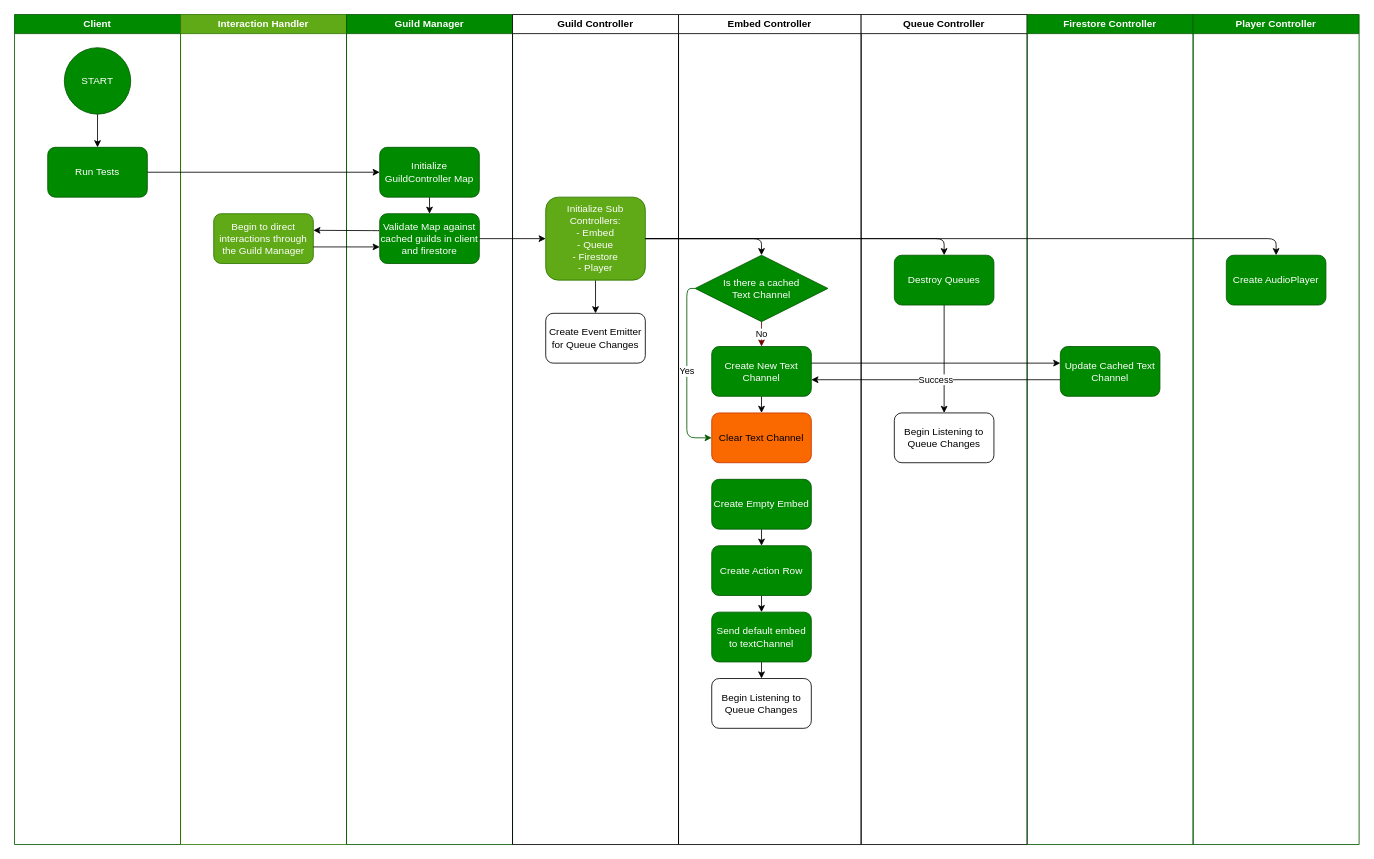
The draw.io diagram planning/draw.io/Initialization_Swimlane.drawio in LukeLeimbach/music-discord-bot, before the edit. Source tidied: cells renumbered, new cells numbered last; positions are measured from the earlier drawing's top-left corner, leaving out a move shared by most shapes. Both pictures are drawn from the tidied source at 83%, with x=0, y=0 at pixel (14, 14).
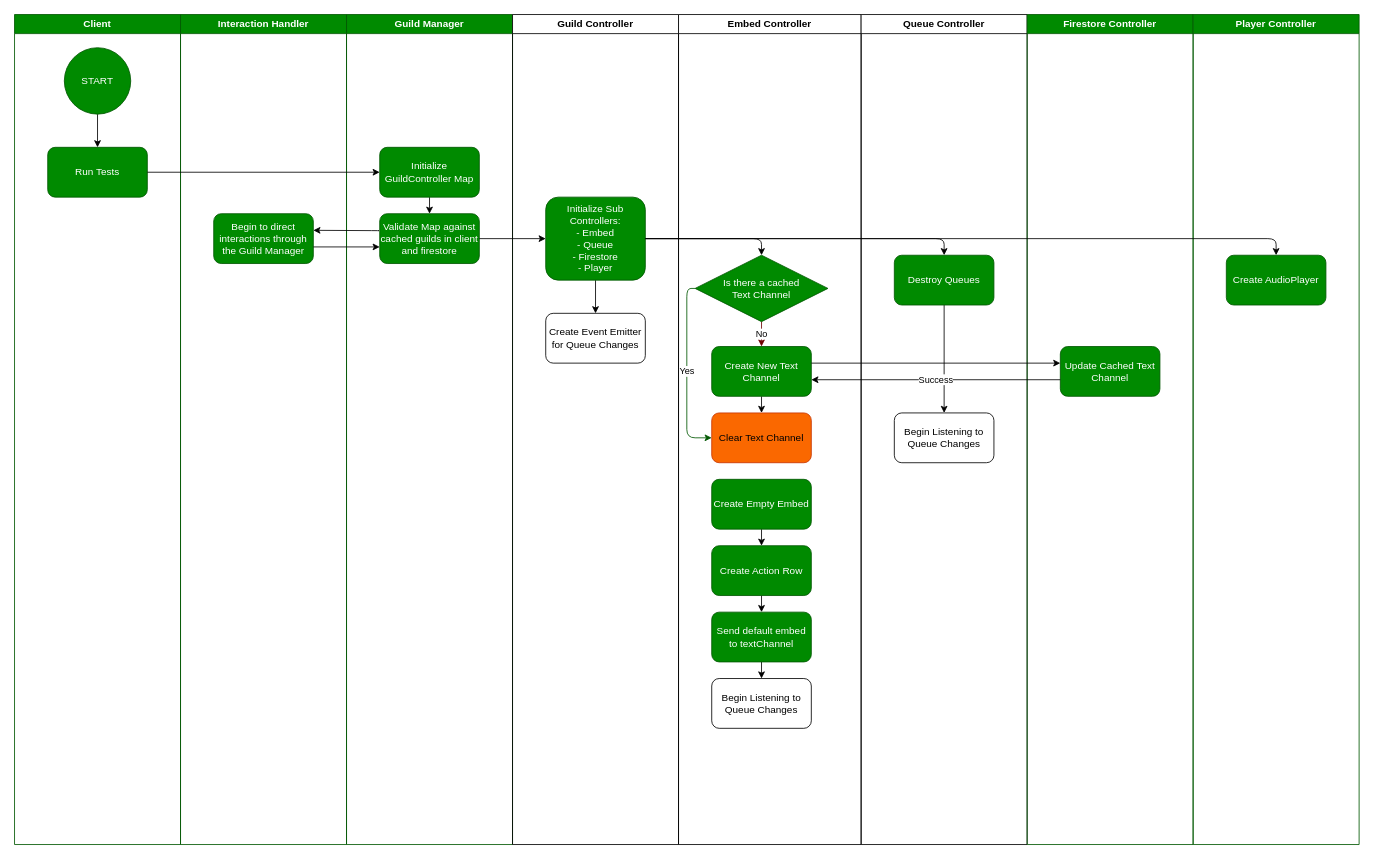
The same diagram, later.

Commit message (it also covers changes not shown here):
Play procedure is working almost properly, Embeds display properly, multi-guild initialization works properly, created two discord test guilds.

Unchanged cells that the change refers to:
```xml
<mxCell id="12" value="Guild Controller" style="swimlane;whiteSpace=wrap;html=1;" parent="1" vertex="1">
  <mxGeometry x="600" width="200" height="1000" as="geometry" />
</mxCell>
```

What changed in the source:
```diff
@@
-    <mxCell id="6" value="Interaction Handler" style="swimlane;whiteSpace=wrap;html=1;fillColor=#60a917;fontColor=#ffffff;strokeColor=#2D7600;" parent="1" vertex="1">
+    <mxCell id="6" value="Interaction Handler" style="swimlane;whiteSpace=wrap;html=1;fillColor=#008a00;fontColor=#ffffff;strokeColor=#005700;" parent="1" vertex="1">
       <mxGeometry x="200" width="200" height="1000" as="geometry" />
     </mxCell>
-    <mxCell id="7" value="Begin to direct interactions through the Guild Manager" style="rounded=1;whiteSpace=wrap;html=1;fillColor=#60a917;fontColor=#ffffff;strokeColor=#2D7600;" parent="6" vertex="1">
+    <mxCell id="7" value="Begin to direct interactions through the Guild Manager" style="rounded=1;whiteSpace=wrap;html=1;fillColor=#008a00;fontColor=#ffffff;strokeColor=#005700;" parent="6" vertex="1">
       <mxGeometry x="40" y="240" width="120" height="60" as="geometry" />
     </mxCell>
@@
-    <mxCell id="14" value="Initialize Sub Controllers:&lt;br&gt;- Embed&lt;br&gt;- Queue&lt;br&gt;- Firestore&lt;br&gt;- Player" style="rounded=1;whiteSpace=wrap;html=1;fillColor=#60a917;fontColor=#ffffff;strokeColor=#2D7600;" parent="12" vertex="1">
+    <mxCell id="14" value="Initialize Sub Controllers:&lt;br&gt;- Embed&lt;br&gt;- Queue&lt;br&gt;- Firestore&lt;br&gt;- Player" style="rounded=1;whiteSpace=wrap;html=1;fillColor=#008a00;fontColor=#ffffff;strokeColor=#005700;" parent="12" vertex="1">
       <mxGeometry x="40" y="220" width="120" height="100" as="geometry" />
     </mxCell>
```
